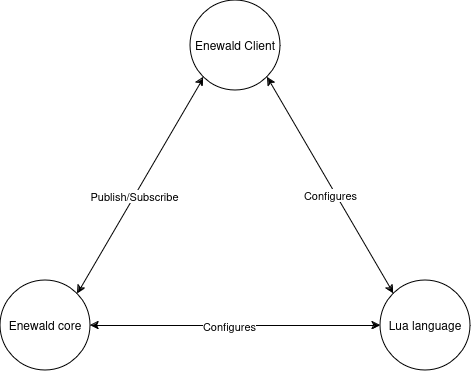
This is assets/trio.png from eikrt/eikrt.github.io, a draw.io export, as it was before one commit. Source tidied: cells renumbered, new cells last; positions are measured from the earlier drawing's top-left corner, leaving out a move shared by most shapes.
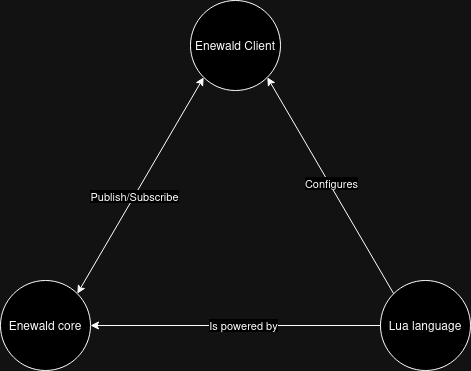
Later version of the same file.

What changed in the source:
```diff
@@ -19,21 +19,17 @@
         <mxPoint x="-4" y="7" as="offset" />
       </mxGeometry>
     </mxCell>
-    <mxCell id="7" style="endArrow=classic;startArrow=classic;html=1;rounded=0;entryX=0;entryY=0.5;entryDx=0;entryDy=0;exitX=1;exitY=0.5;exitDx=0;exitDy=0;" parent="1" edge="1" source="2" target="3">
-      <mxGeometry relative="1" as="geometry" />
-    </mxCell>
-    <mxCell id="8" value="Configures" style="edgeLabel;html=1;align=center;verticalAlign=middle;" parent="7" vertex="1">
-      <mxGeometry x="-0.21" relative="1" as="geometry">
-        <mxPoint x="23" as="offset" />
-      </mxGeometry>
-    </mxCell>
-    <mxCell id="9" style="endArrow=classic;startArrow=classic;html=1;rounded=0;entryX=0;entryY=0;entryDx=0;entryDy=0;exitX=1;exitY=1;exitDx=0;exitDy=0;" parent="1" edge="1" source="4" target="3">
-      <mxGeometry relative="1" as="geometry" />
-    </mxCell>
-    <mxCell id="10" value="Configures" style="edgeLabel;html=1;align=center;verticalAlign=middle;" parent="9" vertex="1">
-      <mxGeometry x="-0.05" y="-2" relative="1" as="geometry">
-        <mxPoint x="4" y="14" as="offset" />
-      </mxGeometry>
-    </mxCell>
+    <mxCell id="11" style="endArrow=classic;html=1;rounded=0;entryX=1;entryY=0.5;entryDx=0;entryDy=0;exitX=0;exitY=0.5;exitDx=0;exitDy=0;" parent="1" edge="1" source="3" target="2">
+      <mxGeometry relative="1" as="geometry" />
+    </mxCell>
+    <mxCell id="12" value="&lt;div&gt;Is powered by&lt;/div&gt;" style="edgeLabel;html=1;align=center;verticalAlign=middle;" parent="11" vertex="1">
+      <mxGeometry x="-0.05" y="-1" relative="1" as="geometry" />
+    </mxCell>
+    <mxCell id="13" style="endArrow=classic;html=1;rounded=0;exitX=0;exitY=0;exitDx=0;exitDy=0;entryX=1;entryY=1;entryDx=0;entryDy=0;" parent="1" edge="1" source="3" target="4">
+      <mxGeometry relative="1" as="geometry" />
+    </mxCell>
+    <mxCell id="14" value="Configures" style="edgeLabel;html=1;align=center;verticalAlign=middle;" parent="13" vertex="1">
+      <mxGeometry x="0.01" y="-2" relative="1" as="geometry" />
+    </mxCell>
   </root>
 </mxGraphModel>
```
